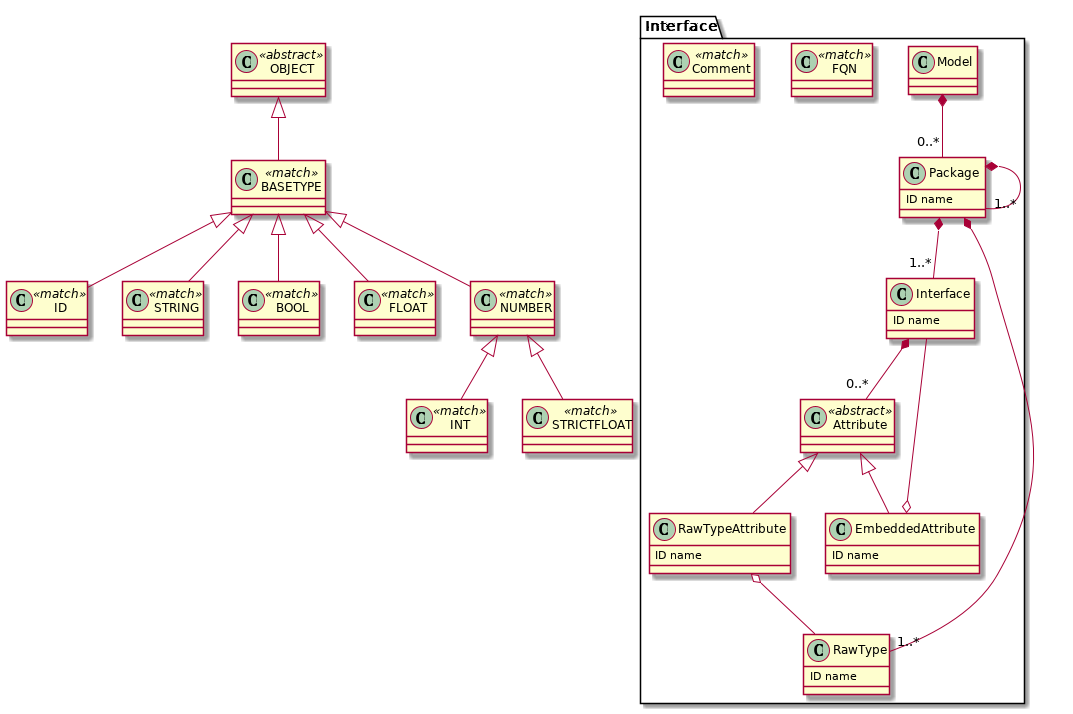
Above: examples/render_all_grammars/pu/tests_functional_test_scoping_interface_model2_Interface.png in textX/textX (PlantUML), before the change.
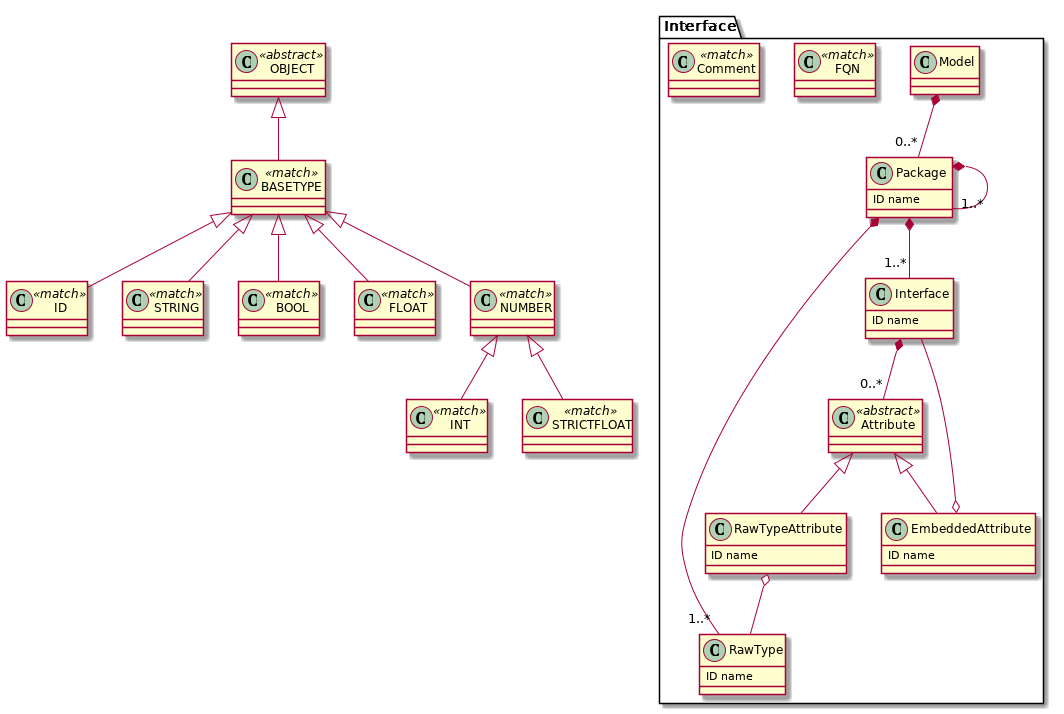
The same file after the commit.

What changed in the source:
```diff
@@ -1,44 +1,37 @@
 @startuml
-            set namespaceSeparator .
-        Interface.Model *-- "0..*" Interface.Package
+set namespaceSeparator .
+
+
 class Interface.Model  {
 }
 
 
-Interface.Package *-- "1..*" Interface.Interface
-Interface.Package *-- "1..*" Interface.Package
-Interface.Package *-- "1..*" Interface.RawType
 class Interface.Package  {
-ID name
+  ID name
 }
 
 
 class Interface.RawType  {
-ID name
+  ID name
 }
 
 
-Interface.Interface *-- "0..*" Interface.Attribute
 class Interface.Interface  {
-ID name
+  ID name
 }
 
 
 class Interface.Attribute <<abstract>> {
 }
 
-Interface.Attribute <|-- Interface.RawTypeAttribute
-Interface.Attribute <|-- Interface.EmbeddedAttribute
 
-Interface.RawTypeAttribute o-- Interface.RawType
 class Interface.RawTypeAttribute  {
-ID name
+  ID name
 }
 
 
-Interface.EmbeddedAttribute o-- Interface.Interface
 class Interface.EmbeddedAttribute  {
-ID name
+  ID name
 }
 
 
@@ -77,21 +70,30 @@
 class NUMBER <<match>> {
 }
 
-NUMBER <|-- STRICTFLOAT
-NUMBER <|-- INT
 
 class BASETYPE <<match>> {
 }
 
+
+class OBJECT <<abstract>> {
+}
+
+
+Interface.Model *-- "0..*" Interface.Package
+Interface.Package *-- "1..*" Interface.Interface
+Interface.Package *-- "1..*" Interface.Package
+Interface.Package *-- "1..*" Interface.RawType
+Interface.Interface *-- "0..*" Interface.Attribute
+Interface.Attribute <|-- Interface.RawTypeAttribute
+Interface.Attribute <|-- Interface.EmbeddedAttribute
+Interface.RawTypeAttribute o-- Interface.RawType
+Interface.EmbeddedAttribute o-- Interface.Interface
+NUMBER <|-- STRICTFLOAT
+NUMBER <|-- INT
 BASETYPE <|-- NUMBER
 BASETYPE <|-- FLOAT
 BASETYPE <|-- BOOL
 BASETYPE <|-- ID
 BASETYPE <|-- STRING
-
-class OBJECT <<abstract>> {
-}
-
 OBJECT <|-- BASETYPE
-
 @enduml
```
